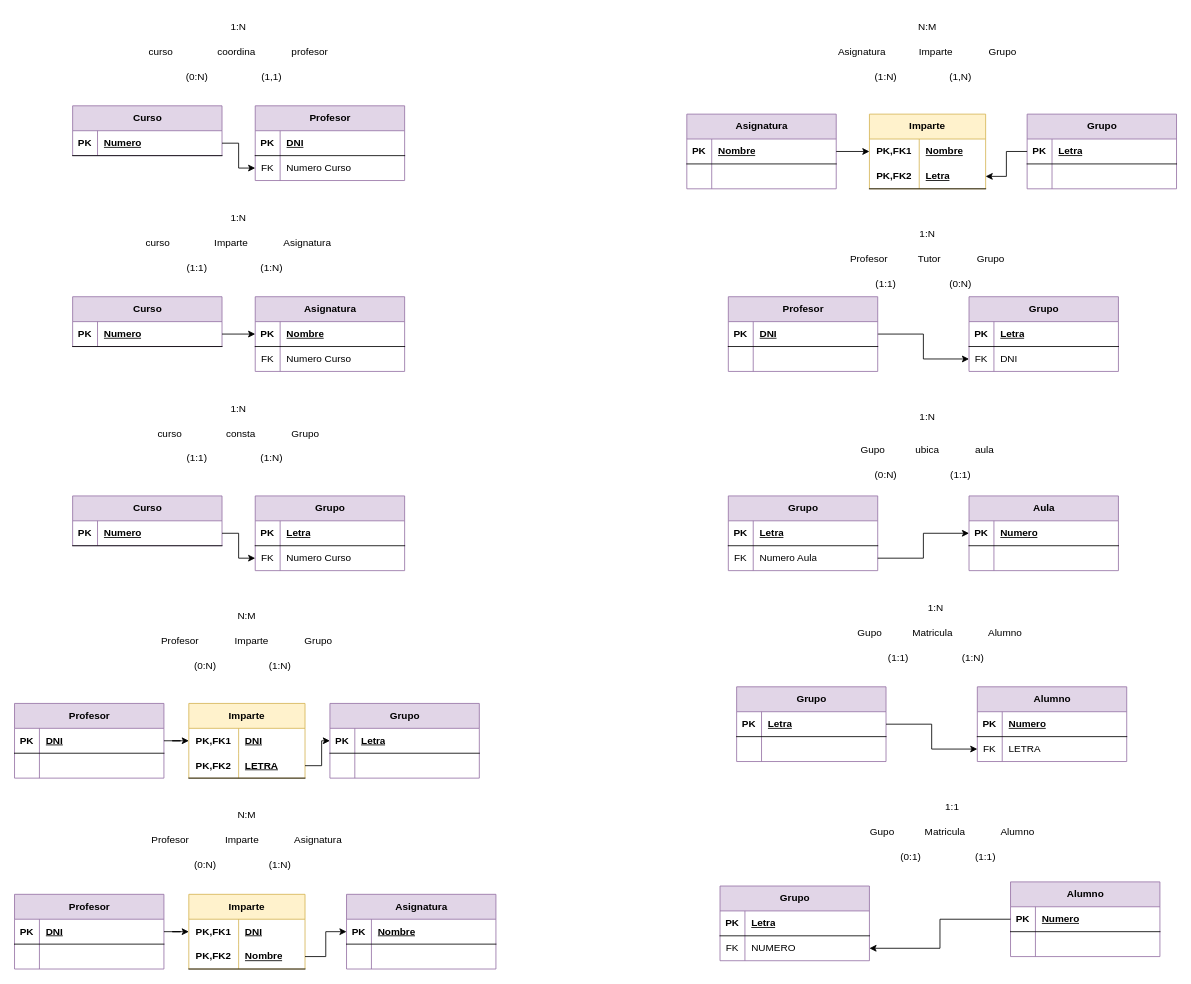
This is page "Página-1" (1 of 2) of Unidad-1/Tareas/Diagrama sin título.drawio from nicholelouis/Base-datos, a draw.io file, before an edit. Source tidied: cells renumbered, new cells numbered last; positions are measured from the earlier drawing's top-left corner, leaving out a move shared by most shapes. Both pictures are drawn from the tidied source at 83%, with x=0, y=0 at pixel (14, 14).
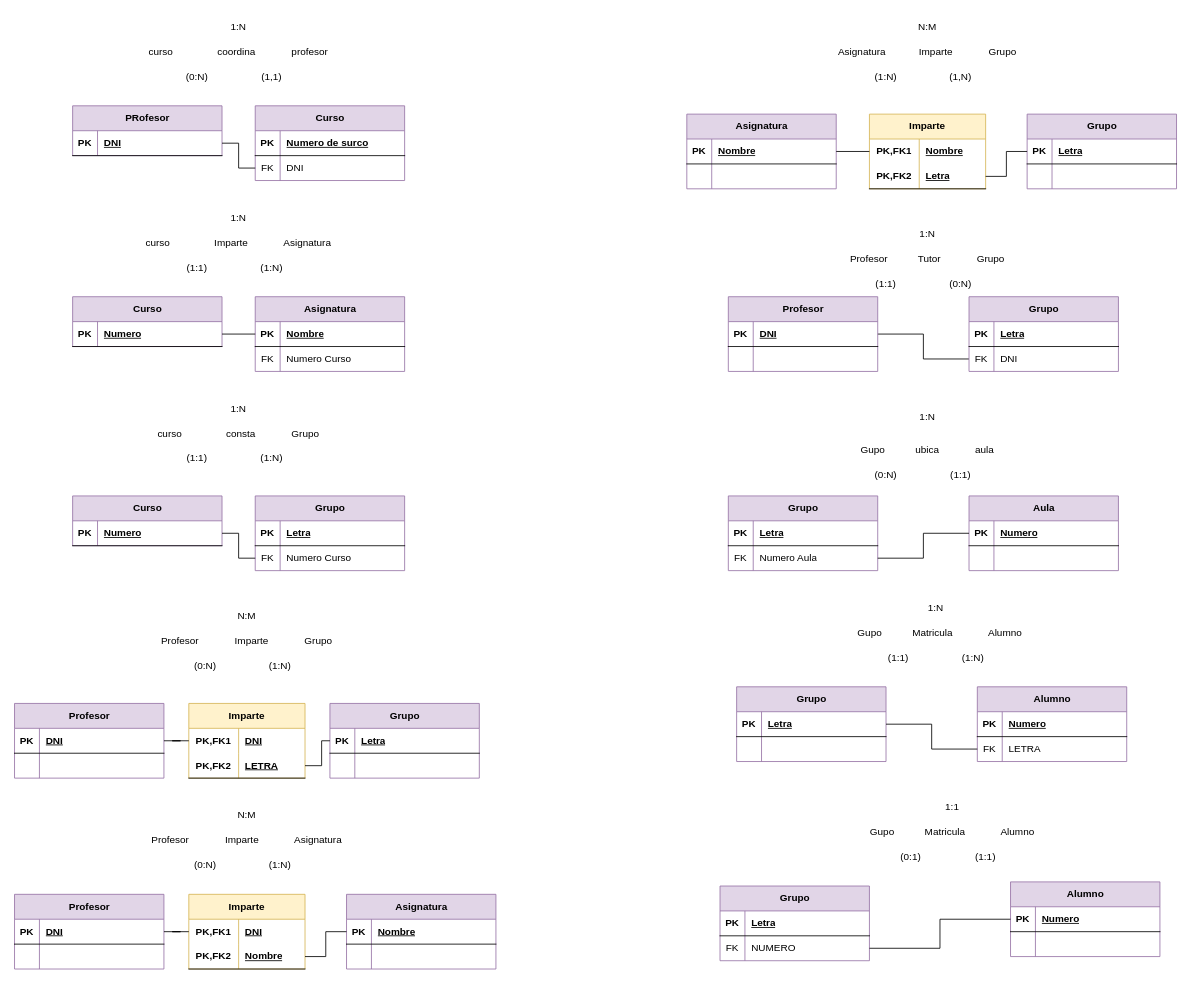
The same diagram, later.

The change refers to these unchanged cells:
```xml
<mxCell id="7" style="shape=tableRow;horizontal=0;startSize=0;swimlaneHead=0;swimlaneBody=0;fillColor=none;points=[[0,0.5],[1,0.5]];portConstraint=eastwest;top=0;left=0;right=0;bottom=1;" parent="6" vertex="1">
<mxCell id="11" style="shape=tableRow;horizontal=0;startSize=0;swimlaneHead=0;swimlaneBody=0;fillColor=none;top=0;left=0;right=0;bottom=1;" parent="10" vertex="1">
<mxCell id="14" style="shape=tableRow;horizontal=0;startSize=0;swimlaneHead=0;swimlaneBody=0;fillColor=none;points=[[0,0.5],[1,0.5]];portConstraint=eastwest;top=0;left=0;right=0;bottom=0;" parent="10" vertex="1">
<mxCell id="22" style="shape=tableRow;horizontal=0;startSize=0;swimlaneHead=0;swimlaneBody=0;fillColor=none;points=[[0,0.5],[1,0.5]];portConstraint=eastwest;top=0;left=0;right=0;bottom=1;" parent="21" vertex="1">
<mxCell id="26" style="shape=tableRow;horizontal=0;startSize=0;swimlaneHead=0;swimlaneBody=0;fillColor=none;points=[[0,0.5],[1,0.5]];portConstraint=eastwest;top=0;left=0;right=0;bottom=1;" parent="25" vertex="1">
<mxCell id="37" style="shape=tableRow;horizontal=0;startSize=0;swimlaneHead=0;swimlaneBody=0;fillColor=none;points=[[0,0.5],[1,0.5]];portConstraint=eastwest;top=0;left=0;right=0;bottom=1;" parent="36" vertex="1">
<mxCell id="44" style="shape=tableRow;horizontal=0;startSize=0;swimlaneHead=0;swimlaneBody=0;fillColor=none;points=[[0,0.5],[1,0.5]];portConstraint=eastwest;top=0;left=0;right=0;bottom=0;" parent="40" vertex="1">
<mxCell id="48" style="shape=tableRow;horizontal=0;startSize=0;swimlaneHead=0;swimlaneBody=0;fillColor=none;points=[[0,0.5],[1,0.5]];portConstraint=eastwest;top=0;left=0;right=0;bottom=1;" parent="47" vertex="1">
<mxCell id="59" style="shape=tableRow;horizontal=0;startSize=0;swimlaneHead=0;swimlaneBody=0;fillColor=none;points=[[0,0.5],[1,0.5]];portConstraint=eastwest;top=0;left=0;right=0;bottom=1;" parent="58" vertex="1">
<mxCell id="66" style="shape=tableRow;horizontal=0;startSize=0;swimlaneHead=0;swimlaneBody=0;fillColor=none;points=[[0,0.5],[1,0.5]];portConstraint=eastwest;top=0;left=0;right=0;bottom=0;html=1;" parent="65" vertex="1">
<mxCell id="69" style="shape=tableRow;horizontal=0;startSize=0;swimlaneHead=0;swimlaneBody=0;fillColor=none;points=[[0,0.5],[1,0.5]];portConstraint=eastwest;top=0;left=0;right=0;bottom=1;html=1;" parent="65" vertex="1">
<mxCell id="77" style="shape=tableRow;horizontal=0;startSize=0;swimlaneHead=0;swimlaneBody=0;fillColor=none;points=[[0,0.5],[1,0.5]];portConstraint=eastwest;top=0;left=0;right=0;bottom=1;" parent="76" vertex="1">
<mxCell id="84" style="shape=tableRow;horizontal=0;startSize=0;swimlaneHead=0;swimlaneBody=0;fillColor=none;points=[[0,0.5],[1,0.5]];portConstraint=eastwest;top=0;left=0;right=0;bottom=0;html=1;" parent="83" vertex="1">
<mxCell id="87" style="shape=tableRow;horizontal=0;startSize=0;swimlaneHead=0;swimlaneBody=0;fillColor=none;points=[[0,0.5],[1,0.5]];portConstraint=eastwest;top=0;left=0;right=0;bottom=1;html=1;" parent="83" vertex="1">
<mxCell id="91" style="shape=tableRow;horizontal=0;startSize=0;swimlaneHead=0;swimlaneBody=0;fillColor=none;points=[[0,0.5],[1,0.5]];portConstraint=eastwest;top=0;left=0;right=0;bottom=1;" parent="90" vertex="1">
<mxCell id="102" style="shape=tableRow;horizontal=0;startSize=0;swimlaneHead=0;swimlaneBody=0;fillColor=none;points=[[0,0.5],[1,0.5]];portConstraint=eastwest;top=0;left=0;right=0;bottom=1;" parent="101" vertex="1">
<mxCell id="109" style="shape=tableRow;horizontal=0;startSize=0;swimlaneHead=0;swimlaneBody=0;fillColor=none;points=[[0,0.5],[1,0.5]];portConstraint=eastwest;top=0;left=0;right=0;bottom=0;html=1;" parent="108" vertex="1">
<mxCell id="112" style="shape=tableRow;horizontal=0;startSize=0;swimlaneHead=0;swimlaneBody=0;fillColor=none;points=[[0,0.5],[1,0.5]];portConstraint=eastwest;top=0;left=0;right=0;bottom=1;html=1;" parent="108" vertex="1">
<mxCell id="116" style="shape=tableRow;horizontal=0;startSize=0;swimlaneHead=0;swimlaneBody=0;fillColor=none;points=[[0,0.5],[1,0.5]];portConstraint=eastwest;top=0;left=0;right=0;bottom=1;" parent="115" vertex="1">
<mxCell id="123" value="Profesor" style="shape=table;startSize=30;childLayout=tableLayout;rowLines=0;fontStyle=1;align=center;html=1;fillColor=#e1d5e7;strokeColor=#9673a6;" parent="1" vertex="1">
<mxCell id="134" style="shape=tableRow;horizontal=0;startSize=0;swimlaneHead=0;swimlaneBody=0;fillColor=none;points=[[0,0.5],[1,0.5]];portConstraint=eastwest;top=0;left=0;right=0;bottom=0;" parent="130" vertex="1">
<mxCell id="158" style="shape=tableRow;horizontal=0;startSize=0;swimlaneHead=0;swimlaneBody=0;fillColor=none;points=[[0,0.5],[1,0.5]];portConstraint=eastwest;top=0;left=0;right=0;bottom=0;" parent="154" vertex="1">
<mxCell id="162" style="shape=tableRow;horizontal=0;startSize=0;swimlaneHead=0;swimlaneBody=0;fillColor=none;points=[[0,0.5],[1,0.5]];portConstraint=eastwest;top=0;left=0;right=0;bottom=1;" parent="161" vertex="1">
<mxCell id="174" style="shape=tableRow;horizontal=0;startSize=0;swimlaneHead=0;swimlaneBody=0;fillColor=none;points=[[0,0.5],[1,0.5]];portConstraint=eastwest;top=0;left=0;right=0;bottom=1;" parent="173" vertex="1">
<mxCell id="184" style="shape=tableRow;horizontal=0;startSize=0;swimlaneHead=0;swimlaneBody=0;fillColor=none;points=[[0,0.5],[1,0.5]];portConstraint=eastwest;top=0;left=0;right=0;bottom=0;" parent="180" vertex="1">
<mxCell id="192" style="shape=tableRow;horizontal=0;startSize=0;swimlaneHead=0;swimlaneBody=0;fillColor=none;points=[[0,0.5],[1,0.5]];portConstraint=eastwest;top=0;left=0;right=0;bottom=0;" parent="188" vertex="1">
<mxCell id="196" style="shape=tableRow;horizontal=0;startSize=0;swimlaneHead=0;swimlaneBody=0;fillColor=none;points=[[0,0.5],[1,0.5]];portConstraint=eastwest;top=0;left=0;right=0;bottom=1;" parent="195" vertex="1">
```

Diff of the diagram source:
```diff
@@
-<mxGraphModel>
+<mxGraphModel background="#ffffff">
@@
-    <mxCell id="6" value="Curso" style="shape=table;startSize=30;childLayout=tableLayout;rowLines=0;fontStyle=1;align=center;html=1;fillColor=#e1d5e7;strokeColor=#9673a6;" parent="1" vertex="1">
+    <mxCell id="6" value="PRofesor" style="shape=table;startSize=30;childLayout=tableLayout;rowLines=0;fontStyle=1;align=center;html=1;fillColor=#e1d5e7;strokeColor=#9673a6;" parent="1" vertex="1">
       <mxGeometry x="70" y="110" width="180" height="60" as="geometry" />
     </mxCell>
@@
-    <mxCell id="9" value="Numero" style="shape=partialRectangle;fillColor=none;top=0;left=0;bottom=0;right=0;align=left;spacingLeft=6;fontStyle=5;overflow=hidden;whiteSpace=wrap;html=1;" parent="7" vertex="1">
+    <mxCell id="9" value="DNI" style="shape=partialRectangle;fillColor=none;top=0;left=0;bottom=0;right=0;align=left;spacingLeft=6;fontStyle=5;overflow=hidden;whiteSpace=wrap;html=1;" parent="7" vertex="1">
       <mxGeometry x="30" width="150" height="30" as="geometry" />
     </mxCell>
-    <mxCell id="10" value="Profesor" style="shape=table;startSize=30;childLayout=tableLayout;rowLines=0;fontStyle=1;align=center;html=1;fillColor=#e1d5e7;strokeColor=#9673a6;" parent="1" vertex="1">
+    <mxCell id="10" value="Curso" style="shape=table;startSize=30;childLayout=tableLayout;rowLines=0;fontStyle=1;align=center;html=1;fillColor=#e1d5e7;strokeColor=#9673a6;" parent="1" vertex="1">
       <mxGeometry x="290" y="110" width="180" height="90" as="geometry" />
     </mxCell>
@@
-    <mxCell id="13" value="DNI" style="shape=partialRectangle;fillColor=none;top=0;left=0;bottom=0;right=0;align=left;spacingLeft=6;fontStyle=5;overflow=hidden;whiteSpace=wrap;html=1;" parent="11" vertex="1">
+    <mxCell id="13" value="Numero de surco" style="shape=partialRectangle;fillColor=none;top=0;left=0;bottom=0;right=0;align=left;spacingLeft=6;fontStyle=5;overflow=hidden;whiteSpace=wrap;html=1;" parent="11" vertex="1">
       <mxGeometry x="30" width="150" height="30" as="geometry" />
     </mxCell>
@@
-    <mxCell id="16" value="Numero Curso" style="shape=partialRectangle;fillColor=none;top=0;left=0;bottom=0;right=0;align=left;spacingLeft=6;overflow=hidden;whiteSpace=wrap;html=1;" parent="14" vertex="1">
+    <mxCell id="16" value="DNI" style="shape=partialRectangle;fillColor=none;top=0;left=0;bottom=0;right=0;align=left;spacingLeft=6;overflow=hidden;whiteSpace=wrap;html=1;" parent="14" vertex="1">
       <mxGeometry x="30" width="150" height="30" as="geometry" />
     </mxCell>
@@
-    <mxCell id="122" style="edgeStyle=orthogonalEdgeStyle;rounded=0;jettySize=auto;html=1;" parent="1" edge="1" source="123" target="134">
+    <mxCell id="122" style="edgeStyle=orthogonalEdgeStyle;rounded=0;jettySize=auto;html=1;endArrow=none;endFill=0;" parent="1" edge="1" source="123" target="134">
       <mxGeometry relative="1" as="geometry" />
     </mxCell>
@@
-    <mxCell id="141" style="edgeStyle=orthogonalEdgeStyle;rounded=0;jettySize=auto;html=1;" parent="1" edge="1" source="102" target="109">
+    <mxCell id="141" style="edgeStyle=orthogonalEdgeStyle;rounded=0;jettySize=auto;html=1;endArrow=none;endFill=0;" parent="1" edge="1" source="102" target="109">
       <mxGeometry relative="1" as="geometry" />
     </mxCell>
-    <mxCell id="142" style="edgeStyle=orthogonalEdgeStyle;rounded=0;jettySize=auto;html=1;" parent="1" edge="1" source="116" target="112">
+    <mxCell id="142" style="edgeStyle=orthogonalEdgeStyle;rounded=0;jettySize=auto;html=1;endArrow=none;endFill=0;" parent="1" edge="1" source="116" target="112">
       <mxGeometry relative="1" as="geometry" />
     </mxCell>
-    <mxCell id="143" style="edgeStyle=orthogonalEdgeStyle;rounded=0;jettySize=auto;html=1;" parent="1" edge="1" source="7" target="14">
+    <mxCell id="143" style="edgeStyle=orthogonalEdgeStyle;rounded=0;jettySize=auto;html=1;endArrow=none;endFill=0;" parent="1" edge="1" source="7" target="14">
       <mxGeometry relative="1" as="geometry" />
     </mxCell>
-    <mxCell id="144" style="edgeStyle=orthogonalEdgeStyle;rounded=0;jettySize=auto;html=1;" parent="1" edge="1" source="22" target="26">
+    <mxCell id="144" style="edgeStyle=orthogonalEdgeStyle;rounded=0;jettySize=auto;html=1;endArrow=none;endFill=0;" parent="1" edge="1" source="22" target="26">
       <mxGeometry relative="1" as="geometry" />
     </mxCell>
-    <mxCell id="145" style="edgeStyle=orthogonalEdgeStyle;rounded=0;jettySize=auto;html=1;" parent="1" edge="1" source="37" target="44">
+    <mxCell id="145" style="edgeStyle=orthogonalEdgeStyle;rounded=0;jettySize=auto;html=1;endArrow=none;endFill=0;" parent="1" edge="1" source="37" target="44">
       <mxGeometry relative="1" as="geometry" />
     </mxCell>
-    <mxCell id="146" style="edgeStyle=orthogonalEdgeStyle;rounded=0;jettySize=auto;html=1;" parent="1" edge="1" source="48" target="66">
+    <mxCell id="146" style="edgeStyle=orthogonalEdgeStyle;rounded=0;jettySize=auto;html=1;endArrow=none;endFill=0;" parent="1" edge="1" source="48" target="66">
       <mxGeometry relative="1" as="geometry" />
     </mxCell>
-    <mxCell id="147" style="edgeStyle=orthogonalEdgeStyle;rounded=0;jettySize=auto;html=1;" parent="1" edge="1" source="69" target="59">
+    <mxCell id="147" style="edgeStyle=orthogonalEdgeStyle;rounded=0;jettySize=auto;html=1;endArrow=none;endFill=0;" parent="1" edge="1" source="69" target="59">
       <mxGeometry relative="1" as="geometry" />
     </mxCell>
-    <mxCell id="148" style="edgeStyle=orthogonalEdgeStyle;rounded=0;jettySize=auto;html=1;" parent="1" edge="1" source="77" target="84">
+    <mxCell id="148" style="edgeStyle=orthogonalEdgeStyle;rounded=0;jettySize=auto;html=1;endArrow=none;endFill=0;" parent="1" edge="1" source="77" target="84">
       <mxGeometry relative="1" as="geometry" />
     </mxCell>
-    <mxCell id="149" style="edgeStyle=orthogonalEdgeStyle;rounded=0;jettySize=auto;html=1;" parent="1" edge="1" source="87" target="91">
+    <mxCell id="149" style="edgeStyle=orthogonalEdgeStyle;rounded=0;jettySize=auto;html=1;endArrow=none;endFill=0;" parent="1" edge="1" source="87" target="91">
       <mxGeometry relative="1" as="geometry" />
     </mxCell>
@@
-    <mxCell id="168" style="edgeStyle=orthogonalEdgeStyle;rounded=0;jettySize=auto;html=1;" parent="1" edge="1" source="158" target="162">
+    <mxCell id="168" style="edgeStyle=orthogonalEdgeStyle;rounded=0;jettySize=auto;html=1;endArrow=none;endFill=0;" parent="1" edge="1" source="158" target="162">
       <mxGeometry relative="1" as="geometry" />
     </mxCell>
@@
-    <mxCell id="187" style="edgeStyle=orthogonalEdgeStyle;rounded=0;jettySize=auto;html=1;" parent="1" edge="1" source="174" target="184">
+    <mxCell id="187" style="edgeStyle=orthogonalEdgeStyle;rounded=0;jettySize=auto;html=1;endArrow=none;endFill=0;" parent="1" edge="1" source="174" target="184">
       <mxGeometry relative="1" as="geometry" />
     </mxCell>
@@
-    <mxCell id="206" style="edgeStyle=orthogonalEdgeStyle;rounded=0;jettySize=auto;html=1;" parent="1" edge="1" source="196" target="192">
+    <mxCell id="206" style="edgeStyle=orthogonalEdgeStyle;rounded=0;jettySize=auto;html=1;endArrow=none;endFill=0;" parent="1" edge="1" source="196" target="192">
       <mxGeometry relative="1" as="geometry" />
     </mxCell>
```
